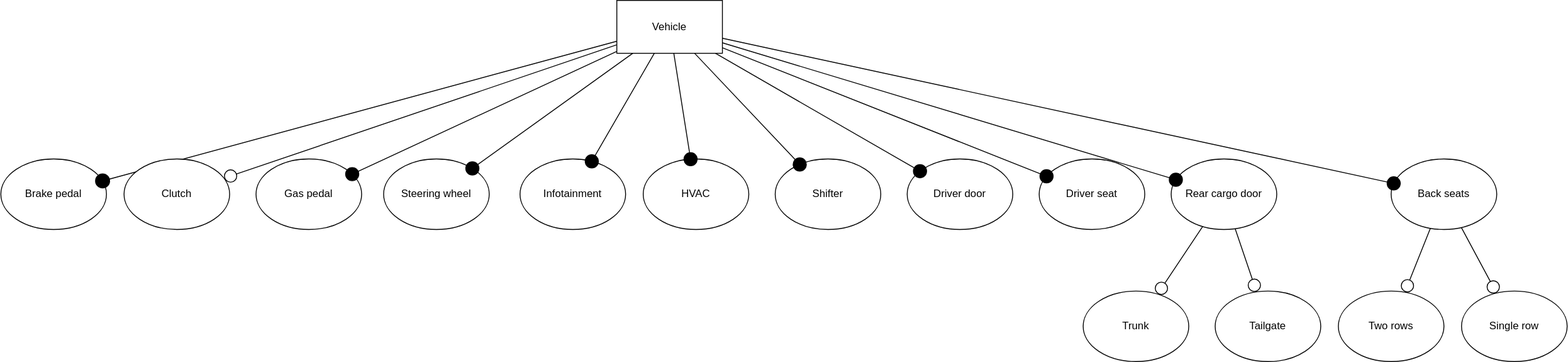
The draw.io diagram Figures/FM_init.svg in t-chiang/PhD_Thesis, before a commit. Source tidied: cells renumbered, new cells last; positions are measured from the earlier drawing's top-left corner, leaving out a move shared by most shapes. Its diagram source:
```xml
<mxGraphModel>
  <root>
    <mxCell id="0" />
    <mxCell id="1" parent="0" />
    <mxCell id="2" style="edgeStyle=none;rounded=0;jettySize=auto;html=1;endArrow=circle;endFill=0;" parent="1" edge="1" source="3" target="32">
      <mxGeometry relative="1" as="geometry" />
    </mxCell>
    <mxCell id="3" value="Vehicle" style="rounded=0;whiteSpace=wrap;html=1;" parent="1" vertex="1">
      <mxGeometry x="700" width="120" height="60" as="geometry" />
    </mxCell>
    <mxCell id="4" value="Gas pedal" style="ellipse;whiteSpace=wrap;html=1;" parent="1" vertex="1">
      <mxGeometry x="290" y="180" width="120" height="80" as="geometry" />
    </mxCell>
    <mxCell id="5" value="Brake pedal" style="ellipse;whiteSpace=wrap;html=1;" parent="1" vertex="1">
      <mxGeometry y="180" width="120" height="80" as="geometry" />
    </mxCell>
    <mxCell id="6" value="Infotainment" style="ellipse;whiteSpace=wrap;html=1;" parent="1" vertex="1">
      <mxGeometry x="590" y="180" width="120" height="80" as="geometry" />
    </mxCell>
    <mxCell id="7" value="HVAC" style="ellipse;whiteSpace=wrap;html=1;" parent="1" vertex="1">
      <mxGeometry x="730" y="180" width="120" height="80" as="geometry" />
    </mxCell>
    <mxCell id="8" value="Steering wheel" style="ellipse;whiteSpace=wrap;html=1;" parent="1" vertex="1">
      <mxGeometry x="435" y="180" width="120" height="80" as="geometry" />
    </mxCell>
    <mxCell id="9" value="Shifter" style="ellipse;whiteSpace=wrap;html=1;" parent="1" vertex="1">
      <mxGeometry x="880" y="180" width="120" height="80" as="geometry" />
    </mxCell>
    <mxCell id="10" value="Driver seat" style="ellipse;whiteSpace=wrap;html=1;" parent="1" vertex="1">
      <mxGeometry x="1180" y="180" width="120" height="80" as="geometry" />
    </mxCell>
    <mxCell id="11" value="Driver door" style="ellipse;whiteSpace=wrap;html=1;" parent="1" vertex="1">
      <mxGeometry x="1030" y="180" width="120" height="80" as="geometry" />
    </mxCell>
    <mxCell id="12" style="edgeStyle=none;rounded=0;jettySize=auto;html=1;endArrow=circle;endFill=0;" parent="1" edge="1" source="14" target="15">
      <mxGeometry relative="1" as="geometry" />
    </mxCell>
    <mxCell id="13" style="edgeStyle=none;rounded=0;jettySize=auto;html=1;endArrow=circle;endFill=0;" parent="1" edge="1" source="14" target="16">
      <mxGeometry relative="1" as="geometry" />
    </mxCell>
    <mxCell id="14" value="Rear cargo door" style="ellipse;whiteSpace=wrap;html=1;" parent="1" vertex="1">
      <mxGeometry x="1330" y="180" width="120" height="80" as="geometry" />
    </mxCell>
    <mxCell id="15" value="Trunk" style="ellipse;whiteSpace=wrap;html=1;" parent="1" vertex="1">
      <mxGeometry x="1230" y="330" width="120" height="80" as="geometry" />
    </mxCell>
    <mxCell id="16" value="Tailgate" style="ellipse;whiteSpace=wrap;html=1;" parent="1" vertex="1">
      <mxGeometry x="1380" y="330" width="120" height="80" as="geometry" />
    </mxCell>
    <mxCell id="17" style="edgeStyle=none;rounded=0;jettySize=auto;html=1;endArrow=circle;endFill=0;" parent="1" edge="1" source="19" target="20">
      <mxGeometry relative="1" as="geometry" />
    </mxCell>
    <mxCell id="18" style="edgeStyle=none;rounded=0;jettySize=auto;html=1;endArrow=circle;endFill=0;" parent="1" edge="1" source="19" target="21">
      <mxGeometry relative="1" as="geometry" />
    </mxCell>
    <mxCell id="19" value="Back seats" style="ellipse;whiteSpace=wrap;html=1;" parent="1" vertex="1">
      <mxGeometry x="1580" y="180" width="120" height="80" as="geometry" />
    </mxCell>
    <mxCell id="20" value="Two rows" style="ellipse;whiteSpace=wrap;html=1;" parent="1" vertex="1">
      <mxGeometry x="1520" y="330" width="120" height="80" as="geometry" />
    </mxCell>
    <mxCell id="21" value="Single row" style="ellipse;whiteSpace=wrap;html=1;" parent="1" vertex="1">
      <mxGeometry x="1660" y="330" width="120" height="80" as="geometry" />
    </mxCell>
    <mxCell id="22" style="edgeStyle=none;rounded=0;jettySize=auto;html=1;endArrow=oval;endFill=1;endSize=15;" parent="1" edge="1" source="3" target="7">
      <mxGeometry relative="1" as="geometry" />
    </mxCell>
    <mxCell id="23" style="edgeStyle=none;rounded=0;jettySize=auto;html=1;endArrow=oval;endFill=1;endSize=15;" parent="1" edge="1" source="3" target="6">
      <mxGeometry relative="1" as="geometry" />
    </mxCell>
    <mxCell id="24" style="edgeStyle=none;rounded=0;jettySize=auto;html=1;endArrow=oval;endFill=1;endSize=15;" parent="1" edge="1" source="3" target="8">
      <mxGeometry relative="1" as="geometry" />
    </mxCell>
    <mxCell id="25" style="edgeStyle=none;rounded=0;jettySize=auto;html=1;endSize=15;endArrow=oval;endFill=1;" parent="1" edge="1" source="3" target="4">
      <mxGeometry relative="1" as="geometry" />
    </mxCell>
    <mxCell id="26" style="edgeStyle=none;rounded=0;jettySize=auto;html=1;endArrow=oval;endFill=1;endSize=16;" parent="1" edge="1" source="3" target="5">
      <mxGeometry relative="1" as="geometry" />
    </mxCell>
    <mxCell id="27" style="edgeStyle=none;rounded=0;jettySize=auto;html=1;endArrow=oval;endFill=1;endSize=15;" parent="1" edge="1" source="3" target="9">
      <mxGeometry relative="1" as="geometry" />
    </mxCell>
    <mxCell id="28" style="edgeStyle=none;rounded=0;jettySize=auto;html=1;endArrow=oval;endFill=1;endSize=15;" parent="1" edge="1" source="3" target="11">
      <mxGeometry relative="1" as="geometry" />
    </mxCell>
    <mxCell id="29" style="edgeStyle=none;rounded=0;jettySize=auto;html=1;endArrow=oval;endFill=1;endSize=15;" parent="1" edge="1" source="3" target="10">
      <mxGeometry relative="1" as="geometry" />
    </mxCell>
    <mxCell id="30" style="edgeStyle=none;rounded=0;jettySize=auto;html=1;endArrow=oval;endFill=1;endSize=15;" parent="1" edge="1" source="3" target="14">
      <mxGeometry relative="1" as="geometry" />
    </mxCell>
    <mxCell id="31" style="edgeStyle=none;rounded=0;jettySize=auto;html=1;endArrow=oval;endFill=1;endSize=15;" parent="1" edge="1" source="3" target="19">
      <mxGeometry relative="1" as="geometry" />
    </mxCell>
    <mxCell id="32" value="Clutch" style="ellipse;whiteSpace=wrap;html=1;" parent="1" vertex="1">
      <mxGeometry x="140" y="180" width="120" height="80" as="geometry" />
    </mxCell>
  </root>
</mxGraphModel>
```
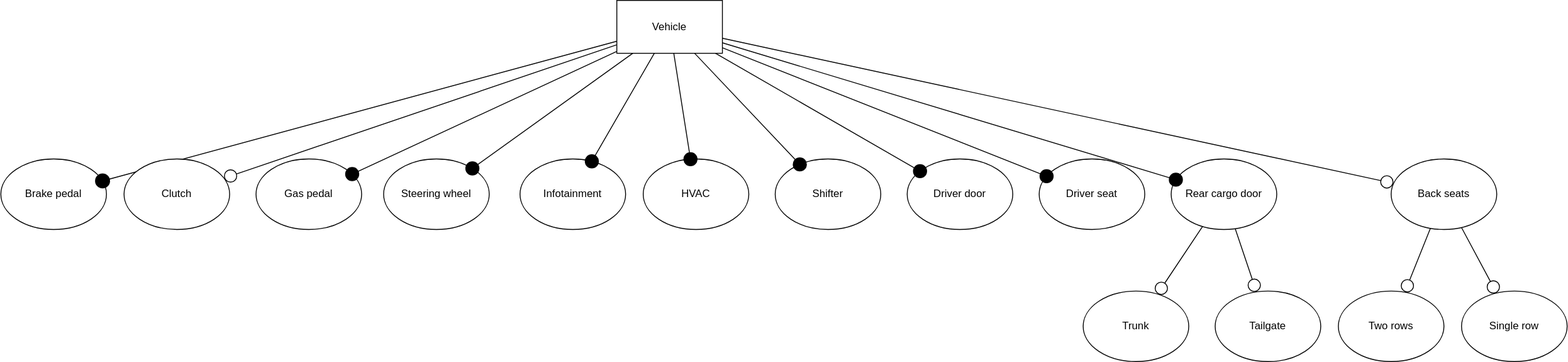
Above is the later version.

The edit, as a diff of the source:
```diff
@@ -89,7 +89,7 @@
     <mxCell id="30" style="edgeStyle=none;rounded=0;jettySize=auto;html=1;endArrow=oval;endFill=1;endSize=15;" parent="1" edge="1" source="3" target="14">
       <mxGeometry relative="1" as="geometry" />
     </mxCell>
-    <mxCell id="31" style="edgeStyle=none;rounded=0;jettySize=auto;html=1;endArrow=oval;endFill=1;endSize=15;" parent="1" edge="1" source="3" target="19">
+    <mxCell id="31" style="edgeStyle=none;rounded=0;jettySize=auto;html=1;endArrow=circle;endFill=0;endSize=6;" parent="1" edge="1" source="3" target="19">
       <mxGeometry relative="1" as="geometry" />
     </mxCell>
     <mxCell id="32" value="Clutch" style="ellipse;whiteSpace=wrap;html=1;" parent="1" vertex="1">
```
